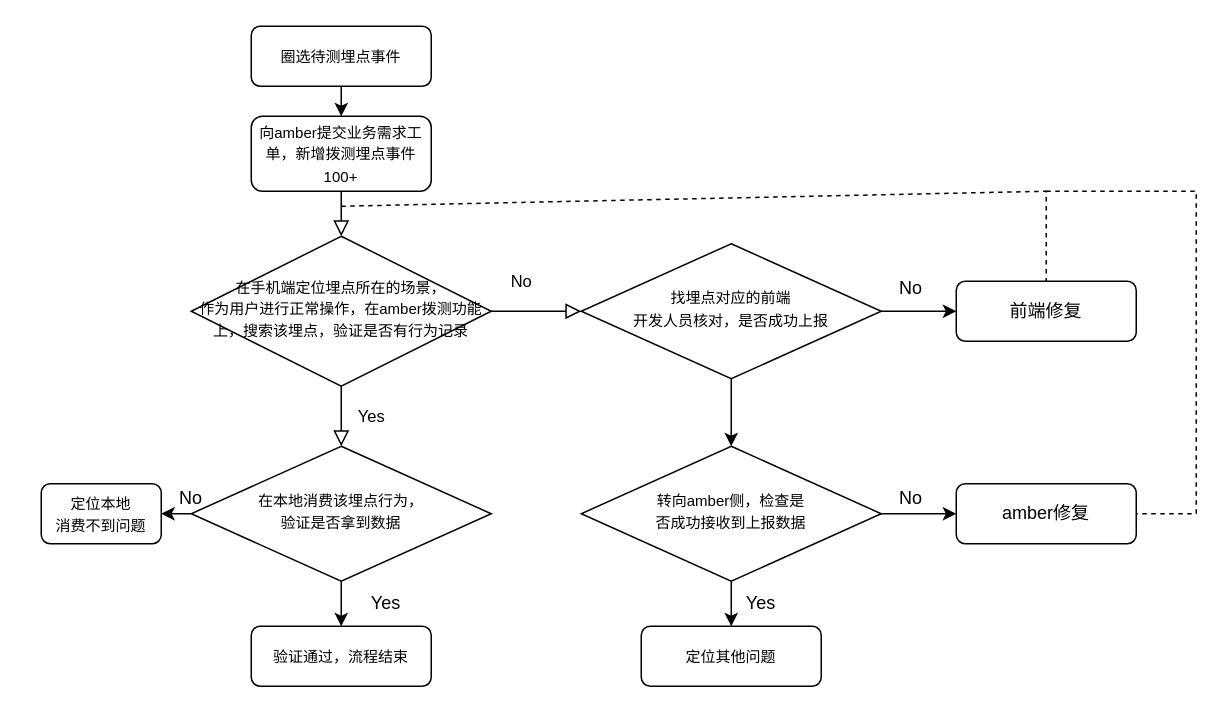
Above: 未命名绘图.drawio in Luoxun1989/work-graph (draw.io), before the change. Source tidied: cells renumbered, new cells numbered last; positions are measured from the earlier drawing's top-left corner, leaving out a move shared by most shapes. Both pictures are drawn from the tidied source at 150%, with x=0, y=0 at pixel (40, 26).
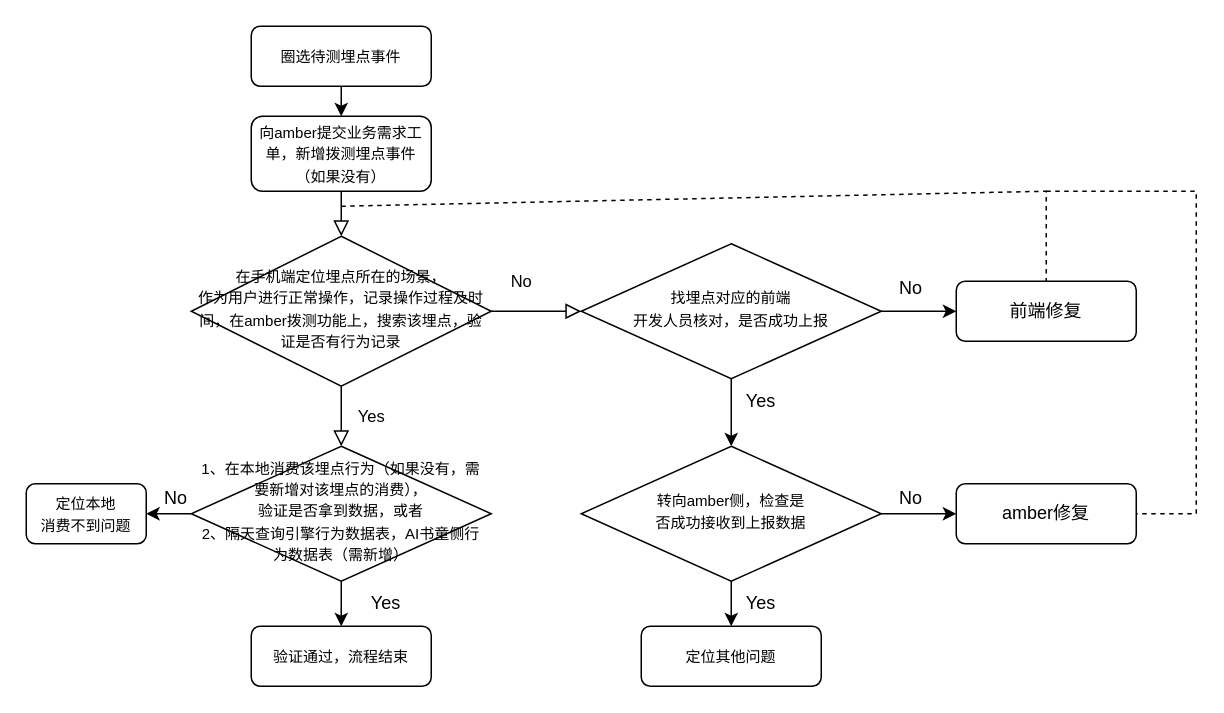
The same page after the edit.

The edit, as a diff of the source:
```diff
@@
-    <mxCell id="3" value="&lt;font style=&quot;font-size: 10px;&quot;&gt;向amber提交业务需求工单，新增拨测埋点事件100+&lt;/font&gt;" style="rounded=1;whiteSpace=wrap;html=1;fontSize=12;glass=0;strokeWidth=1;shadow=0;" parent="1" vertex="1">
+    <mxCell id="3" value="&lt;font style=&quot;font-size: 10px;&quot;&gt;向amber提交业务需求工单，新增拨测埋点事件（如果没有）&lt;/font&gt;" style="rounded=1;whiteSpace=wrap;html=1;fontSize=12;glass=0;strokeWidth=1;shadow=0;" parent="1" vertex="1">
       <mxGeometry x="140" y="60" width="120" height="50" as="geometry" />
     </mxCell>
@@
-    <mxCell id="6" value="&lt;font style=&quot;font-size: 10px;&quot;&gt;在手机端定位埋点所在的场景，&lt;/font&gt;&lt;div&gt;&lt;font style=&quot;font-size: 10px;&quot;&gt;作为用户进行正常操作，在amber拨测功能上，搜索该埋点，验证是否有行为记录&lt;/font&gt;&lt;/div&gt;" style="rhombus;whiteSpace=wrap;html=1;shadow=0;fontFamily=Helvetica;fontSize=12;align=center;strokeWidth=1;spacing=6;spacingTop=-4;" parent="1" vertex="1">
+    <mxCell id="6" value="&lt;font style=&quot;font-size: 10px;&quot;&gt;在手机端定位埋点所在的场景，&lt;/font&gt;&lt;div&gt;&lt;font style=&quot;font-size: 10px;&quot;&gt;作为用户进行正常操作，记录操作过程及时间，在amber拨测功能上，搜索该埋点，验证是否有行为记录&lt;/font&gt;&lt;/div&gt;" style="rhombus;whiteSpace=wrap;html=1;shadow=0;fontFamily=Helvetica;fontSize=12;align=center;strokeWidth=1;spacing=6;spacingTop=-4;" parent="1" vertex="1">
       <mxGeometry x="100" y="140" width="200" height="100" as="geometry" />
     </mxCell>
@@
-    <mxCell id="9" value="&lt;font style=&quot;font-size: 10px;&quot;&gt;在本地消费该埋点行为，&lt;/font&gt;&lt;div&gt;&lt;font style=&quot;font-size: 10px;&quot;&gt;验证是否拿到数据&lt;/font&gt;&lt;/div&gt;" style="rhombus;whiteSpace=wrap;html=1;shadow=0;fontFamily=Helvetica;fontSize=12;align=center;strokeWidth=1;spacing=6;spacingTop=-4;" parent="1" vertex="1">
+    <mxCell id="9" value="&lt;font style=&quot;font-size: 10px;&quot;&gt;1、在本地消费该埋点行为（如果没有，需要新增对该埋点的消费），&lt;/font&gt;&lt;div&gt;&lt;font style=&quot;font-size: 10px;&quot;&gt;验证是否拿到数据，或者&lt;/font&gt;&lt;/div&gt;&lt;div&gt;&lt;font style=&quot;font-size: 10px;&quot;&gt;2、隔天查询引擎行为数据表，AI书童侧行为数据表（需新增）&lt;/font&gt;&lt;/div&gt;" style="rhombus;whiteSpace=wrap;html=1;shadow=0;fontFamily=Helvetica;fontSize=12;align=center;strokeWidth=1;spacing=6;spacingTop=-4;" parent="1" vertex="1">
       <mxGeometry x="100" y="280" width="200" height="90" as="geometry" />
     </mxCell>
@@
     <mxCell id="11" value="&lt;font style=&quot;font-size: 10px;&quot;&gt;定位本地&lt;/font&gt;&lt;div&gt;&lt;font style=&quot;font-size: 10px;&quot;&gt;消费不到问题&lt;/font&gt;&lt;/div&gt;" style="rounded=1;whiteSpace=wrap;html=1;fontSize=12;glass=0;strokeWidth=1;shadow=0;" parent="1" vertex="1">
-      <mxGeometry y="305" width="80" height="40" as="geometry" />
+      <mxGeometry x="-10" y="305" width="80" height="40" as="geometry" />
     </mxCell>
@@
     <mxCell id="17" value="No" style="text;html=1;align=center;verticalAlign=middle;whiteSpace=wrap;rounded=0;" parent="1" vertex="1">
-      <mxGeometry x="70" y="300" width="60" height="30" as="geometry" />
+      <mxGeometry x="60" y="300" width="60" height="30" as="geometry" />
     </mxCell>
@@
+    <mxCell id="30" value="Yes" style="text;html=1;align=center;verticalAlign=middle;whiteSpace=wrap;rounded=0;" parent="1" vertex="1">
+      <mxGeometry x="450" y="235" width="60" height="30" as="geometry" />
+    </mxCell>
```
